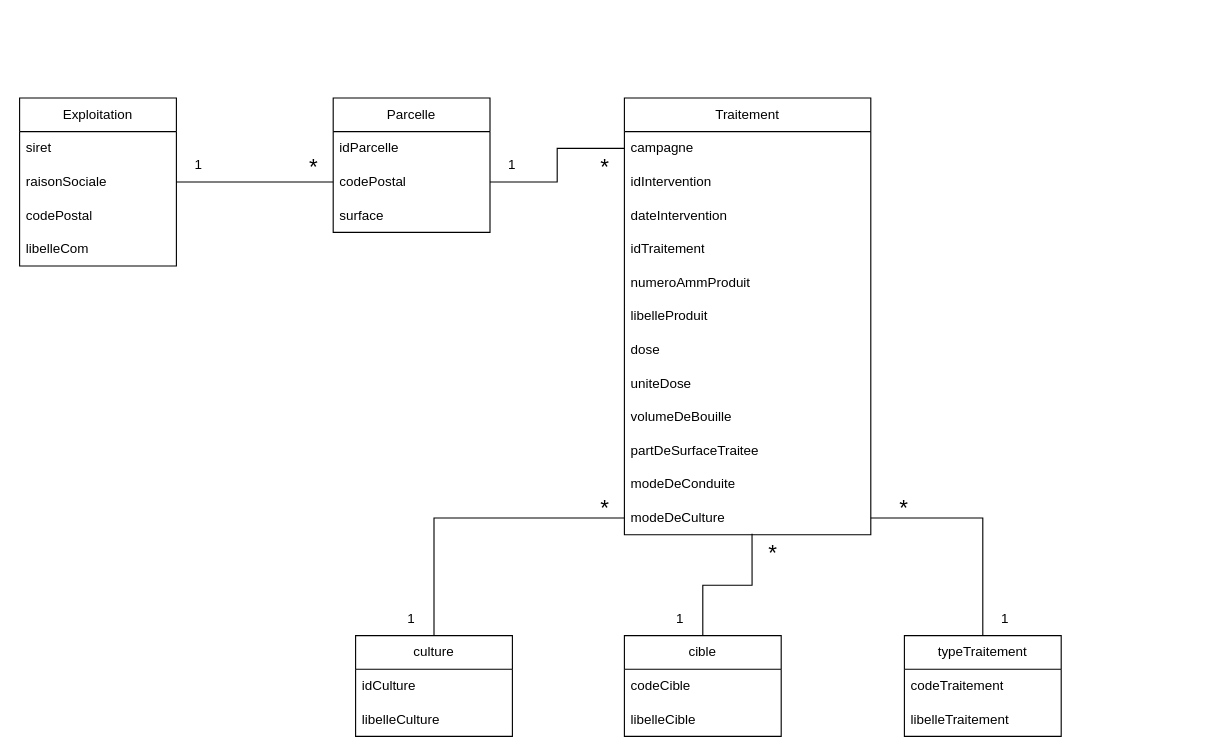
Before: Prophyl_modele_data.drawio in laurentC35/drawio, a draw.io diagram. Source tidied: cells renumbered, new cells numbered last; positions are measured from the earlier drawing's top-left corner, leaving out a move shared by most shapes. Both pictures are drawn from the tidied source at 112%, with x=0, y=0 at pixel (19, 97).
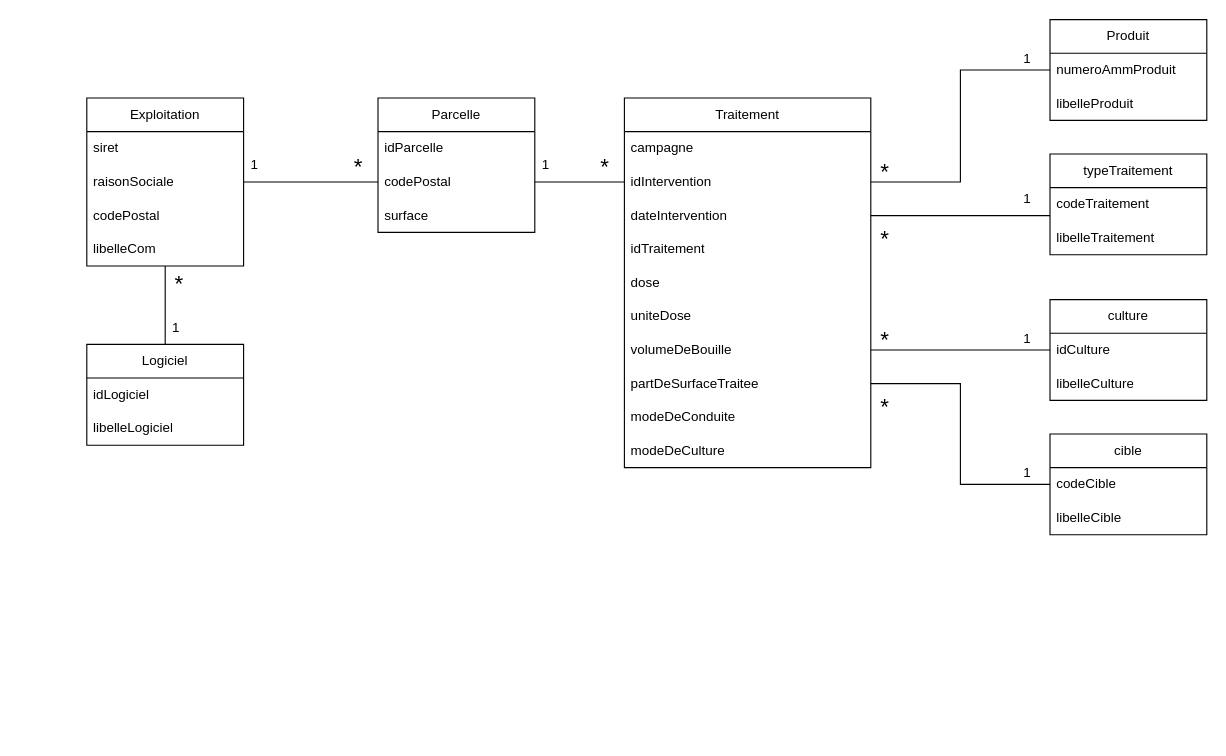
The same page after the edit.

Commit message:
Mettre à jour Prophyl_modele_data.drawio

Unchanged cells that the change refers to:
```xml
<mxCell id="6" value="libelleCom" style="text;strokeColor=none;fillColor=none;align=left;verticalAlign=middle;spacingLeft=4;spacingRight=4;overflow=hidden;points=[[0,0.5],[1,0.5]];portConstraint=eastwest;whiteSpace=wrap;html=1;" parent="2" vertex="1">
  <mxGeometry y="120" width="140" height="30" as="geometry" />
</mxCell>
<mxCell id="9" value="codePostal" style="text;strokeColor=none;fillColor=none;align=left;verticalAlign=middle;spacingLeft=4;spacingRight=4;overflow=hidden;points=[[0,0.5],[1,0.5]];portConstraint=eastwest;whiteSpace=wrap;html=1;" parent="7" vertex="1">
  <mxGeometry y="60" width="140" height="30" as="geometry" />
</mxCell>
<mxCell id="12" value="campagne" style="text;strokeColor=none;fillColor=none;align=left;verticalAlign=middle;spacingLeft=4;spacingRight=4;overflow=hidden;points=[[0,0.5],[1,0.5]];portConstraint=eastwest;whiteSpace=wrap;html=1;" parent="11" vertex="1">
  <mxGeometry y="30" width="220" height="30" as="geometry" />
</mxCell>
<mxCell id="13" value="idIntervention" style="text;strokeColor=none;fillColor=none;align=left;verticalAlign=middle;spacingLeft=4;spacingRight=4;overflow=hidden;points=[[0,0.5],[1,0.5]];portConstraint=eastwest;whiteSpace=wrap;html=1;" parent="11" vertex="1">
  <mxGeometry y="60" width="220" height="30" as="geometry" />
</mxCell>
<mxCell id="14" value="dateIntervention" style="text;strokeColor=none;fillColor=none;align=left;verticalAlign=middle;spacingLeft=4;spacingRight=4;overflow=hidden;points=[[0,0.5],[1,0.5]];portConstraint=eastwest;whiteSpace=wrap;html=1;" parent="11" vertex="1">
  <mxGeometry y="90" width="220" height="30" as="geometry" />
</mxCell>
<mxCell id="32" value="codeCible" style="text;strokeColor=none;fillColor=none;align=left;verticalAlign=middle;spacingLeft=4;spacingRight=4;overflow=hidden;points=[[0,0.5],[1,0.5]];portConstraint=eastwest;whiteSpace=wrap;html=1;" parent="31" vertex="1">
  <mxGeometry y="30" width="140" height="30" as="geometry" />
</mxCell>
<mxCell id="37" value="libelleTraitement" style="text;strokeColor=none;fillColor=none;align=left;verticalAlign=middle;spacingLeft=4;spacingRight=4;overflow=hidden;points=[[0,0.5],[1,0.5]];portConstraint=eastwest;whiteSpace=wrap;html=1;" parent="35" vertex="1">
  <mxGeometry y="60" width="140" height="30" as="geometry" />
</mxCell>
<mxCell id="40" value="idCulture" style="text;strokeColor=none;fillColor=none;align=left;verticalAlign=middle;spacingLeft=4;spacingRight=4;overflow=hidden;points=[[0,0.5],[1,0.5]];portConstraint=eastwest;whiteSpace=wrap;html=1;" parent="39" vertex="1">
  <mxGeometry y="30" width="140" height="30" as="geometry" />
</mxCell>
```

The edit, as a diff of the source:
```diff
@@
     <mxCell id="2" value="Exploitation" style="swimlane;fontStyle=0;horizontal=1;startSize=30;whiteSpace=wrap;html=1;" parent="1" vertex="1">
-      <mxGeometry width="140" height="150" as="geometry" />
+      <mxGeometry x="60" width="140" height="150" as="geometry" />
     </mxCell>
@@
     <mxCell id="7" value="Parcelle" style="swimlane;fontStyle=0;horizontal=1;startSize=30;whiteSpace=wrap;html=1;" parent="1" vertex="1">
-      <mxGeometry x="280" width="140" height="120" as="geometry" />
+      <mxGeometry x="320" width="140" height="120" as="geometry" />
     </mxCell>
@@
     <mxCell id="11" value="Traitement" style="swimlane;fontStyle=0;horizontal=1;startSize=30;whiteSpace=wrap;html=1;" parent="1" vertex="1">
-      <mxGeometry x="540" width="220" height="390" as="geometry" />
+      <mxGeometry x="540" width="220" height="330" as="geometry" />
     </mxCell>
@@
-    <mxCell id="16" value="numeroAmmProduit" style="text;strokeColor=none;fillColor=none;align=left;verticalAlign=middle;spacingLeft=4;spacingRight=4;overflow=hidden;points=[[0,0.5],[1,0.5]];portConstraint=eastwest;whiteSpace=wrap;html=1;" parent="11" vertex="1">
-      <mxGeometry y="150" width="220" height="30" as="geometry" />
-    </mxCell>
-    <mxCell id="17" value="libelleProduit" style="text;strokeColor=none;fillColor=none;align=left;verticalAlign=middle;spacingLeft=4;spacingRight=4;overflow=hidden;whiteSpace=wrap;html=1;" parent="11" vertex="1">
-      <mxGeometry y="180" width="220" height="30" as="geometry" />
-    </mxCell>
     <mxCell id="18" value="dose" style="text;strokeColor=none;fillColor=none;align=left;verticalAlign=middle;spacingLeft=4;spacingRight=4;overflow=hidden;whiteSpace=wrap;html=1;" parent="11" vertex="1">
-      <mxGeometry y="210" width="220" height="30" as="geometry" />
+      <mxGeometry y="150" width="220" height="30" as="geometry" />
     </mxCell>
     <mxCell id="19" value="uniteDose" style="text;strokeColor=none;fillColor=none;align=left;verticalAlign=middle;spacingLeft=4;spacingRight=4;overflow=hidden;whiteSpace=wrap;html=1;" parent="11" vertex="1">
-      <mxGeometry y="240" width="220" height="30" as="geometry" />
+      <mxGeometry y="180" width="220" height="30" as="geometry" />
     </mxCell>
     <mxCell id="20" value="volumeDeBouille" style="text;strokeColor=none;fillColor=none;align=left;verticalAlign=middle;spacingLeft=4;spacingRight=4;overflow=hidden;points=[[0,0.5],[1,0.5]];portConstraint=eastwest;whiteSpace=wrap;html=1;" parent="11" vertex="1">
-      <mxGeometry y="270" width="220" height="30" as="geometry" />
+      <mxGeometry y="210" width="220" height="30" as="geometry" />
     </mxCell>
     <mxCell id="21" value="partDeSurfaceTraitee" style="text;strokeColor=none;fillColor=none;align=left;verticalAlign=middle;spacingLeft=4;spacingRight=4;overflow=hidden;points=[[0,0.5],[1,0.5]];portConstraint=eastwest;whiteSpace=wrap;html=1;" parent="11" vertex="1">
-      <mxGeometry y="300" width="220" height="30" as="geometry" />
+      <mxGeometry y="240" width="220" height="30" as="geometry" />
     </mxCell>
     <mxCell id="22" value="modeDeConduite" style="text;strokeColor=none;fillColor=none;align=left;verticalAlign=middle;spacingLeft=4;spacingRight=4;overflow=hidden;whiteSpace=wrap;html=1;" parent="11" vertex="1">
-      <mxGeometry y="330" width="220" height="30" as="geometry" />
+      <mxGeometry y="270" width="220" height="30" as="geometry" />
     </mxCell>
     <mxCell id="23" value="modeDeCulture" style="text;strokeColor=none;fillColor=none;align=left;verticalAlign=middle;spacingLeft=4;spacingRight=4;overflow=hidden;points=[[0,0.5],[1,0.5]];portConstraint=eastwest;whiteSpace=wrap;html=1;" parent="11" vertex="1">
-      <mxGeometry y="360" width="220" height="30" as="geometry" />
+      <mxGeometry y="300" width="220" height="30" as="geometry" />
     </mxCell>
@@
     <mxCell id="25" value="1" style="text;html=1;strokeColor=none;fillColor=none;align=center;verticalAlign=middle;whiteSpace=wrap;rounded=0;" parent="1" vertex="1">
-      <mxGeometry x="130" y="45" width="60" height="30" as="geometry" />
+      <mxGeometry x="180" y="45" width="60" height="30" as="geometry" />
     </mxCell>
     <mxCell id="26" value="&amp;nbsp;*" style="text;html=1;strokeColor=none;fillColor=none;align=center;verticalAlign=middle;whiteSpace=wrap;rounded=0;fontSize=20;" parent="1" vertex="1">
-      <mxGeometry x="230" y="45" width="60" height="30" as="geometry" />
+      <mxGeometry x="270" y="45" width="60" height="30" as="geometry" />
     </mxCell>
-    <mxCell id="27" style="edgeStyle=orthogonalEdgeStyle;rounded=0;jettySize=auto;html=1;exitX=1;exitY=0.5;exitDx=0;exitDy=0;entryX=0;entryY=0.5;entryDx=0;entryDy=0;fontSize=20;endArrow=none;endFill=0;" parent="1" edge="1" source="9" target="12">
+    <mxCell id="27" style="edgeStyle=orthogonalEdgeStyle;rounded=0;jettySize=auto;html=1;exitX=1;exitY=0.5;exitDx=0;exitDy=0;entryX=0;entryY=0.5;entryDx=0;entryDy=0;fontSize=20;endArrow=none;endFill=0;" parent="1" edge="1" source="9" target="13">
       <mxGeometry relative="1" as="geometry" />
     </mxCell>
     <mxCell id="28" value="1" style="text;html=1;strokeColor=none;fillColor=none;align=center;verticalAlign=middle;whiteSpace=wrap;rounded=0;" parent="1" vertex="1">
-      <mxGeometry x="410" y="45" width="60" height="30" as="geometry" />
+      <mxGeometry x="440" y="45" width="60" height="30" as="geometry" />
     </mxCell>
@@
-    <mxCell id="30" style="edgeStyle=orthogonalEdgeStyle;rounded=0;jettySize=auto;html=1;exitX=0.5;exitY=0;exitDx=0;exitDy=0;entryX=0.518;entryY=0.967;entryDx=0;entryDy=0;entryPerimeter=0;fontSize=20;endArrow=none;endFill=0;" parent="1" edge="1" source="31" target="23">
-      <mxGeometry relative="1" as="geometry" />
-    </mxCell>
     <mxCell id="31" value="cible" style="swimlane;fontStyle=0;horizontal=1;startSize=30;whiteSpace=wrap;html=1;" parent="1" vertex="1">
-      <mxGeometry x="540" y="480" width="140" height="90" as="geometry" />
+      <mxGeometry x="920" y="300" width="140" height="90" as="geometry" />
     </mxCell>
@@
-    <mxCell id="34" style="edgeStyle=orthogonalEdgeStyle;rounded=0;jettySize=auto;html=1;exitX=0.5;exitY=0;exitDx=0;exitDy=0;entryX=1;entryY=0.5;entryDx=0;entryDy=0;fontSize=20;endArrow=none;endFill=0;" parent="1" edge="1" source="35" target="23">
-      <mxGeometry relative="1" as="geometry" />
-    </mxCell>
     <mxCell id="35" value="typeTraitement" style="swimlane;fontStyle=0;horizontal=1;startSize=30;whiteSpace=wrap;html=1;" parent="1" vertex="1">
-      <mxGeometry x="790" y="480" width="140" height="90" as="geometry" />
+      <mxGeometry x="920" y="50" width="140" height="90" as="geometry" />
     </mxCell>
@@
-    <mxCell id="38" style="edgeStyle=orthogonalEdgeStyle;rounded=0;jettySize=auto;html=1;exitX=0.5;exitY=0;exitDx=0;exitDy=0;entryX=0;entryY=0.5;entryDx=0;entryDy=0;fontSize=20;endArrow=none;endFill=0;" parent="1" edge="1" source="39" target="23">
-      <mxGeometry relative="1" as="geometry" />
-    </mxCell>
     <mxCell id="39" value="culture" style="swimlane;fontStyle=0;horizontal=1;startSize=30;whiteSpace=wrap;html=1;" parent="1" vertex="1">
-      <mxGeometry x="300" y="480" width="140" height="90" as="geometry" />
+      <mxGeometry x="920" y="180" width="140" height="90" as="geometry" />
     </mxCell>
@@
     <mxCell id="42" value="1" style="text;html=1;strokeColor=none;fillColor=none;align=center;verticalAlign=middle;whiteSpace=wrap;rounded=0;" parent="1" vertex="1">
-      <mxGeometry x="320" y="450" width="60" height="30" as="geometry" />
+      <mxGeometry x="870" y="-50" width="60" height="30" as="geometry" />
     </mxCell>
     <mxCell id="43" value="1" style="text;html=1;strokeColor=none;fillColor=none;align=center;verticalAlign=middle;whiteSpace=wrap;rounded=0;" parent="1" vertex="1">
-      <mxGeometry x="560" y="450" width="60" height="30" as="geometry" />
+      <mxGeometry x="870" y="200" width="60" height="30" as="geometry" />
     </mxCell>
     <mxCell id="44" value="1" style="text;html=1;strokeColor=none;fillColor=none;align=center;verticalAlign=middle;whiteSpace=wrap;rounded=0;" parent="1" vertex="1">
-      <mxGeometry x="850" y="450" width="60" height="30" as="geometry" />
+      <mxGeometry x="870" y="320" width="60" height="30" as="geometry" />
     </mxCell>
     <mxCell id="45" value="&amp;nbsp;*" style="text;html=1;strokeColor=none;fillColor=none;align=center;verticalAlign=middle;whiteSpace=wrap;rounded=0;fontSize=20;" parent="1" vertex="1">
-      <mxGeometry x="757" y="350" width="60" height="30" as="geometry" />
+      <mxGeometry x="740" y="260" width="60" height="30" as="geometry" />
     </mxCell>
     <mxCell id="46" value="&amp;nbsp;*" style="text;html=1;strokeColor=none;fillColor=none;align=center;verticalAlign=middle;whiteSpace=wrap;rounded=0;fontSize=20;" parent="1" vertex="1">
-      <mxGeometry x="490" y="350" width="60" height="30" as="geometry" />
+      <mxGeometry x="740" y="110" width="60" height="30" as="geometry" />
     </mxCell>
     <mxCell id="47" value="&amp;nbsp;*" style="text;html=1;strokeColor=none;fillColor=none;align=center;verticalAlign=middle;whiteSpace=wrap;rounded=0;fontSize=20;" parent="1" vertex="1">
-      <mxGeometry x="640" y="390" width="60" height="30" as="geometry" />
+      <mxGeometry x="740" y="200" width="60" height="30" as="geometry" />
     </mxCell>
+    <mxCell id="48" value="Produit" style="swimlane;fontStyle=0;horizontal=1;startSize=30;whiteSpace=wrap;html=1;" parent="1" vertex="1">
+      <mxGeometry x="920" y="-70" width="140" height="90" as="geometry" />
+    </mxCell>
+    <mxCell id="16" value="numeroAmmProduit" style="text;strokeColor=none;fillColor=none;align=left;verticalAlign=middle;spacingLeft=4;spacingRight=4;overflow=hidden;points=[[0,0.5],[1,0.5]];portConstraint=eastwest;whiteSpace=wrap;html=1;" parent="48" vertex="1">
+      <mxGeometry y="30" width="140" height="30" as="geometry" />
+    </mxCell>
+    <mxCell id="17" value="libelleProduit" style="text;strokeColor=none;fillColor=none;align=left;verticalAlign=middle;spacingLeft=4;spacingRight=4;overflow=hidden;whiteSpace=wrap;html=1;" parent="48" vertex="1">
+      <mxGeometry y="60" width="140" height="30" as="geometry" />
+    </mxCell>
+    <mxCell id="49" style="edgeStyle=orthogonalEdgeStyle;rounded=0;jettySize=auto;html=1;exitX=1;exitY=0.5;exitDx=0;exitDy=0;entryX=0;entryY=0.5;entryDx=0;entryDy=0;endArrow=none;endFill=0;" parent="1" edge="1" source="13" target="16">
+      <mxGeometry relative="1" as="geometry" />
+    </mxCell>
+    <mxCell id="50" style="edgeStyle=orthogonalEdgeStyle;rounded=0;jettySize=auto;html=1;exitX=1;exitY=0.5;exitDx=0;exitDy=0;entryX=0;entryY=-0.167;entryDx=0;entryDy=0;entryPerimeter=0;endArrow=none;endFill=0;" parent="1" edge="1" source="14" target="37">
+      <mxGeometry relative="1" as="geometry" />
+    </mxCell>
+    <mxCell id="51" style="edgeStyle=orthogonalEdgeStyle;rounded=0;jettySize=auto;html=1;exitX=1;exitY=0.5;exitDx=0;exitDy=0;entryX=0;entryY=0.5;entryDx=0;entryDy=0;endArrow=none;endFill=0;" parent="1" edge="1" source="20" target="40">
+      <mxGeometry relative="1" as="geometry" />
+    </mxCell>
+    <mxCell id="52" style="edgeStyle=orthogonalEdgeStyle;rounded=0;jettySize=auto;html=1;exitX=1;exitY=0.5;exitDx=0;exitDy=0;endArrow=none;endFill=0;" parent="1" edge="1" source="21" target="32">
+      <mxGeometry relative="1" as="geometry" />
+    </mxCell>
+    <mxCell id="53" value="&amp;nbsp;*" style="text;html=1;strokeColor=none;fillColor=none;align=center;verticalAlign=middle;whiteSpace=wrap;rounded=0;fontSize=20;" parent="1" vertex="1">
+      <mxGeometry x="740" y="50" width="60" height="30" as="geometry" />
+    </mxCell>
+    <mxCell id="54" value="1" style="text;html=1;strokeColor=none;fillColor=none;align=center;verticalAlign=middle;whiteSpace=wrap;rounded=0;" parent="1" vertex="1">
+      <mxGeometry x="870" y="75" width="60" height="30" as="geometry" />
+    </mxCell>
+    <mxCell id="55" value="Logiciel" style="swimlane;fontStyle=0;horizontal=1;startSize=30;whiteSpace=wrap;html=1;" parent="1" vertex="1">
+      <mxGeometry x="60" y="220" width="140" height="90" as="geometry" />
+    </mxCell>
+    <mxCell id="56" value="idLogiciel" style="text;strokeColor=none;fillColor=none;align=left;verticalAlign=middle;spacingLeft=4;spacingRight=4;overflow=hidden;whiteSpace=wrap;html=1;" parent="55" vertex="1">
+      <mxGeometry y="30" width="140" height="30" as="geometry" />
+    </mxCell>
+    <mxCell id="57" value="libelleLogiciel" style="text;strokeColor=none;fillColor=none;align=left;verticalAlign=middle;spacingLeft=4;spacingRight=4;overflow=hidden;whiteSpace=wrap;html=1;" parent="55" vertex="1">
+      <mxGeometry y="60" width="140" height="30" as="geometry" />
+    </mxCell>
+    <mxCell id="58" style="endArrow=none;html=1;rounded=0;" parent="1" edge="1" source="6" target="55">
+      <mxGeometry relative="1" as="geometry" />
+    </mxCell>
+    <mxCell id="59" value="1" style="text;html=1;strokeColor=none;fillColor=none;align=center;verticalAlign=middle;whiteSpace=wrap;rounded=0;" parent="1" vertex="1">
+      <mxGeometry x="110" y="190" width="60" height="30" as="geometry" />
+    </mxCell>
+    <mxCell id="60" value="&amp;nbsp;*" style="text;html=1;strokeColor=none;fillColor=none;align=center;verticalAlign=middle;whiteSpace=wrap;rounded=0;fontSize=20;" parent="1" vertex="1">
+      <mxGeometry x="110" y="150" width="60" height="30" as="geometry" />
+    </mxCell>
```
